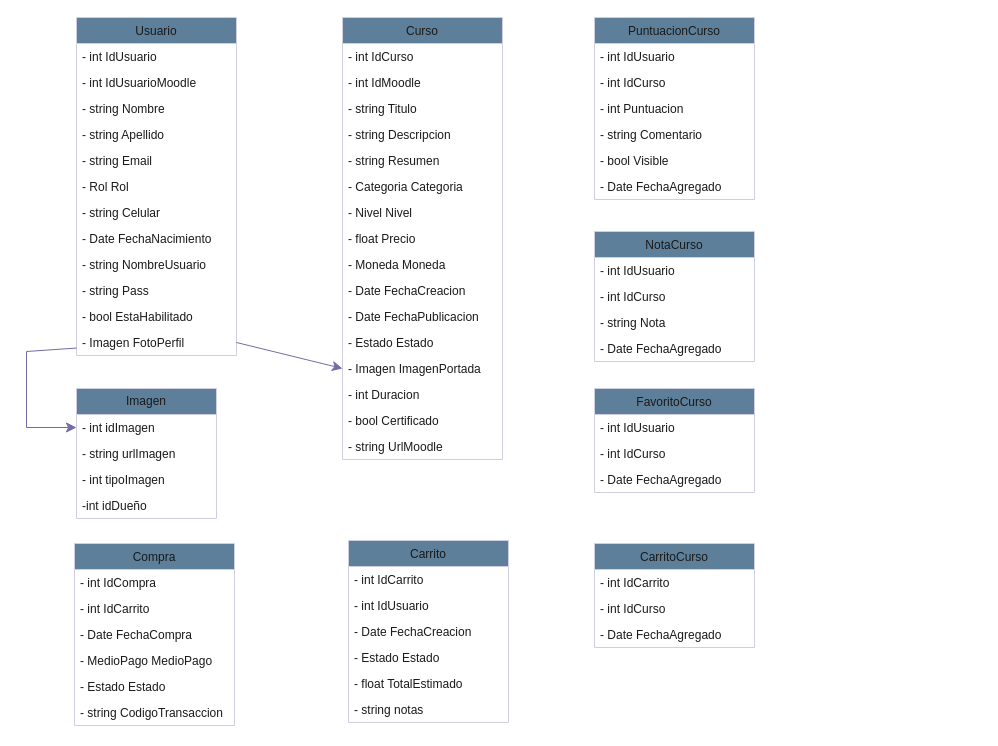
Before: UML/UML.drawio in GDieser/tpc-equipo-12A, a draw.io diagram. Source tidied: cells renumbered, new cells numbered last; positions are measured from the earlier drawing's top-left corner, leaving out a move shared by most shapes. Both pictures are drawn from the tidied source at 100%, with x=0, y=0 at pixel (26, 17).
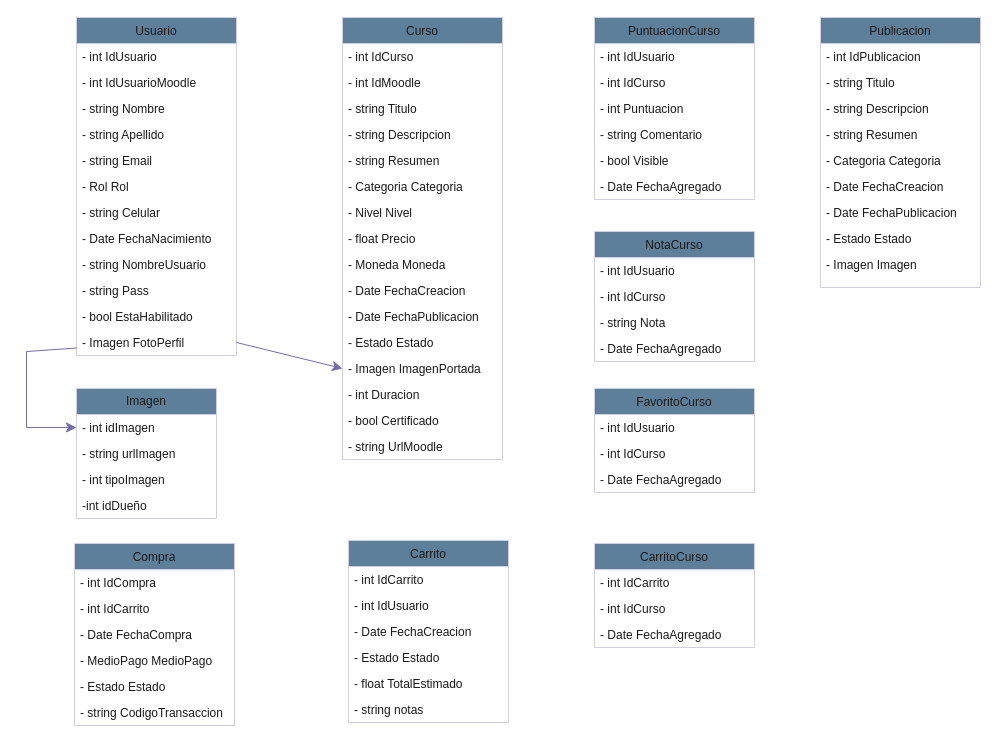
After the change.

What changed in the source:
```diff
@@
+    <mxCell id="73" value="Publicacion" style="swimlane;fontStyle=0;align=center;verticalAlign=top;horizontal=1;startSize=26;rounded=0;shadow=0;strokeWidth=1;labelBackgroundColor=none;fillColor=#5D7F99;strokeColor=#D0CEE2;fontColor=#1A1A1A;" parent="1" vertex="1">
+      <mxGeometry x="794" width="160" height="270" as="geometry" />
+    </mxCell>
+    <mxCell id="74" value="- int IdPublicacion" style="text;align=left;verticalAlign=top;spacingLeft=4;spacingRight=4;overflow=hidden;labelBackgroundColor=none;fontColor=#1A1A1A;" parent="73" vertex="1">
+      <mxGeometry y="26" width="160" height="26" as="geometry" />
+    </mxCell>
+    <mxCell id="75" value="- string Titulo" style="text;align=left;verticalAlign=top;spacingLeft=4;spacingRight=4;overflow=hidden;rounded=0;shadow=0;html=0;labelBackgroundColor=none;fontColor=#1A1A1A;" parent="73" vertex="1">
+      <mxGeometry y="52" width="160" height="26" as="geometry" />
+    </mxCell>
+    <mxCell id="76" value="- string Descripcion" style="text;align=left;verticalAlign=top;spacingLeft=4;spacingRight=4;overflow=hidden;rounded=0;shadow=0;html=0;labelBackgroundColor=none;fontColor=#1A1A1A;" parent="73" vertex="1">
+      <mxGeometry y="78" width="160" height="26" as="geometry" />
+    </mxCell>
+    <mxCell id="77" value="- string Resumen" style="text;align=left;verticalAlign=top;spacingLeft=4;spacingRight=4;overflow=hidden;rounded=0;shadow=0;html=0;labelBackgroundColor=none;fontColor=#1A1A1A;" parent="73" vertex="1">
+      <mxGeometry y="104" width="160" height="26" as="geometry" />
+    </mxCell>
+    <mxCell id="78" value="- Categoria Categoria" style="text;align=left;verticalAlign=top;spacingLeft=4;spacingRight=4;overflow=hidden;rounded=0;shadow=0;html=0;labelBackgroundColor=none;fontColor=#1A1A1A;" parent="73" vertex="1">
+      <mxGeometry y="130" width="160" height="26" as="geometry" />
+    </mxCell>
+    <mxCell id="79" value="- Date FechaCreacion" style="text;align=left;verticalAlign=top;spacingLeft=4;spacingRight=4;overflow=hidden;rounded=0;shadow=0;html=0;labelBackgroundColor=none;fontColor=#1A1A1A;" parent="73" vertex="1">
+      <mxGeometry y="156" width="160" height="26" as="geometry" />
+    </mxCell>
+    <mxCell id="80" value="- Date FechaPublicacion" style="text;align=left;verticalAlign=top;spacingLeft=4;spacingRight=4;overflow=hidden;rounded=0;shadow=0;html=0;labelBackgroundColor=none;fontColor=#1A1A1A;" parent="73" vertex="1">
+      <mxGeometry y="182" width="160" height="26" as="geometry" />
+    </mxCell>
+    <mxCell id="81" value="- Estado Estado" style="text;align=left;verticalAlign=top;spacingLeft=4;spacingRight=4;overflow=hidden;rounded=0;shadow=0;html=0;labelBackgroundColor=none;fontColor=#1A1A1A;" parent="73" vertex="1">
+      <mxGeometry y="208" width="160" height="26" as="geometry" />
+    </mxCell>
+    <mxCell id="82" value="- Imagen Imagen" style="text;align=left;verticalAlign=top;spacingLeft=4;spacingRight=4;overflow=hidden;rounded=0;shadow=0;html=0;labelBackgroundColor=none;fontColor=#1A1A1A;" parent="73" vertex="1">
+      <mxGeometry y="234" width="160" height="26" as="geometry" />
+    </mxCell>
```
